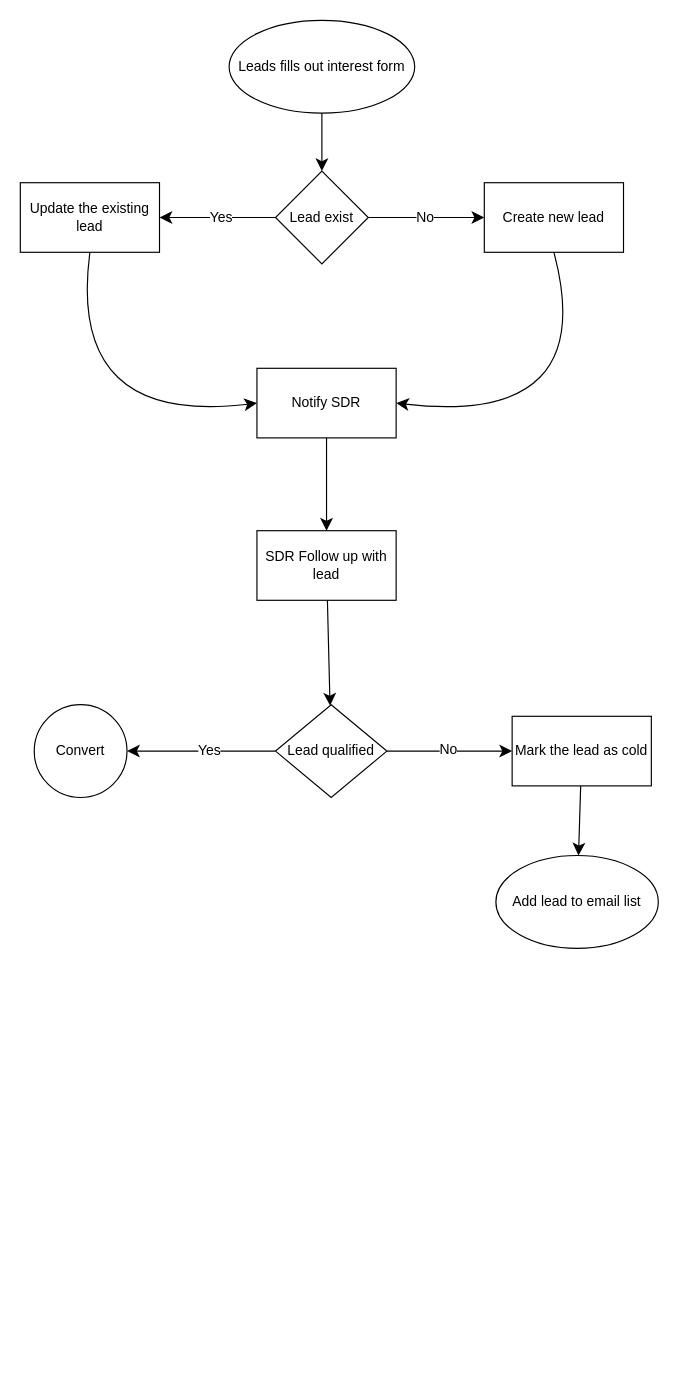
The draw.io diagram Untitled Diagram.drawio in Cheralathan23/Flow-Charts, before the edit. Source tidied: cells renumbered, new cells numbered last; positions are measured from the earlier drawing's top-left corner, leaving out a move shared by most shapes. Both pictures are drawn from the tidied source at 116%, with x=0, y=0 at pixel (20, 20).
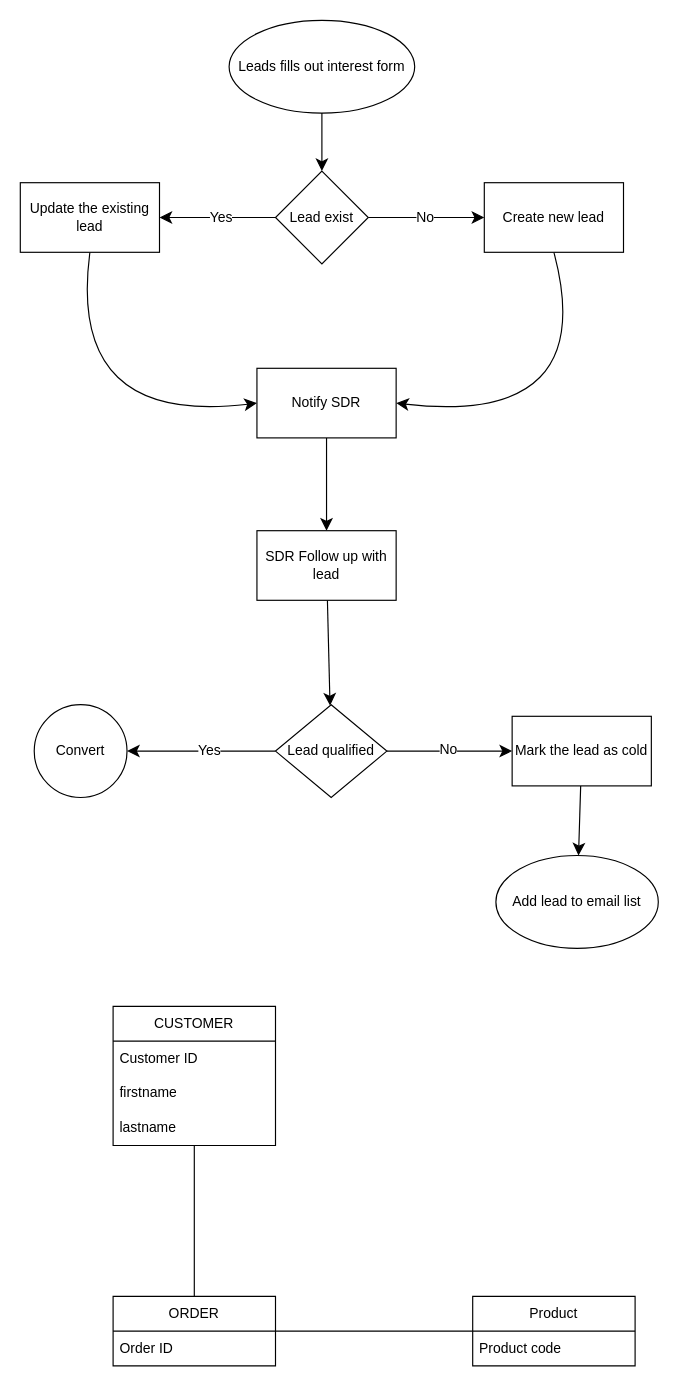
After the change.

What changed in the source:
```diff
@@
+    <mxCell id="26" value="CUSTOMER" style="swimlane;fontStyle=0;horizontal=1;startSize=30;whiteSpace=wrap;html=1;" parent="1" vertex="1">
+      <mxGeometry x="80" y="850" width="140" height="120" as="geometry" />
+    </mxCell>
+    <mxCell id="27" value="Customer ID" style="text;strokeColor=none;fillColor=none;align=left;verticalAlign=middle;spacingLeft=4;spacingRight=4;overflow=hidden;whiteSpace=wrap;html=1;" parent="26" vertex="1">
+      <mxGeometry y="30" width="140" height="30" as="geometry" />
+    </mxCell>
+    <mxCell id="28" value="firstname" style="text;strokeColor=none;fillColor=none;align=left;verticalAlign=middle;spacingLeft=4;spacingRight=4;overflow=hidden;whiteSpace=wrap;html=1;" parent="26" vertex="1">
+      <mxGeometry y="60" width="140" height="30" as="geometry" />
+    </mxCell>
+    <mxCell id="29" value="lastname" style="text;strokeColor=none;fillColor=none;align=left;verticalAlign=middle;spacingLeft=4;spacingRight=4;overflow=hidden;whiteSpace=wrap;html=1;" parent="26" vertex="1">
+      <mxGeometry y="90" width="140" height="30" as="geometry" />
+    </mxCell>
+    <mxCell id="30" value="ORDER" style="swimlane;fontStyle=0;horizontal=1;startSize=30;whiteSpace=wrap;html=1;" parent="1" vertex="1">
+      <mxGeometry x="80" y="1100" width="140" height="60" as="geometry" />
+    </mxCell>
+    <mxCell id="31" value="Order ID" style="text;strokeColor=none;fillColor=none;align=left;verticalAlign=middle;spacingLeft=4;spacingRight=4;overflow=hidden;whiteSpace=wrap;html=1;" parent="30" vertex="1">
+      <mxGeometry y="30" width="140" height="30" as="geometry" />
+    </mxCell>
+    <mxCell id="32" value="Product" style="swimlane;fontStyle=0;horizontal=1;startSize=30;whiteSpace=wrap;html=1;" parent="1" vertex="1">
+      <mxGeometry x="390" y="1100" width="140" height="60" as="geometry" />
+    </mxCell>
+    <mxCell id="33" value="Product code" style="text;strokeColor=none;fillColor=none;align=left;verticalAlign=middle;spacingLeft=4;spacingRight=4;overflow=hidden;whiteSpace=wrap;html=1;" parent="32" vertex="1">
+      <mxGeometry y="30" width="140" height="30" as="geometry" />
+    </mxCell>
+    <mxCell id="34" style="endArrow=none;html=1;rounded=0;entryX=0.5;entryY=0;entryDx=0;entryDy=0;" parent="1" edge="1" source="26" target="30">
+      <mxGeometry relative="1" as="geometry" />
+    </mxCell>
+    <mxCell id="35" style="endArrow=none;html=1;rounded=0;" parent="1" edge="1" source="30" target="32">
+      <mxGeometry relative="1" as="geometry" />
+    </mxCell>
```
